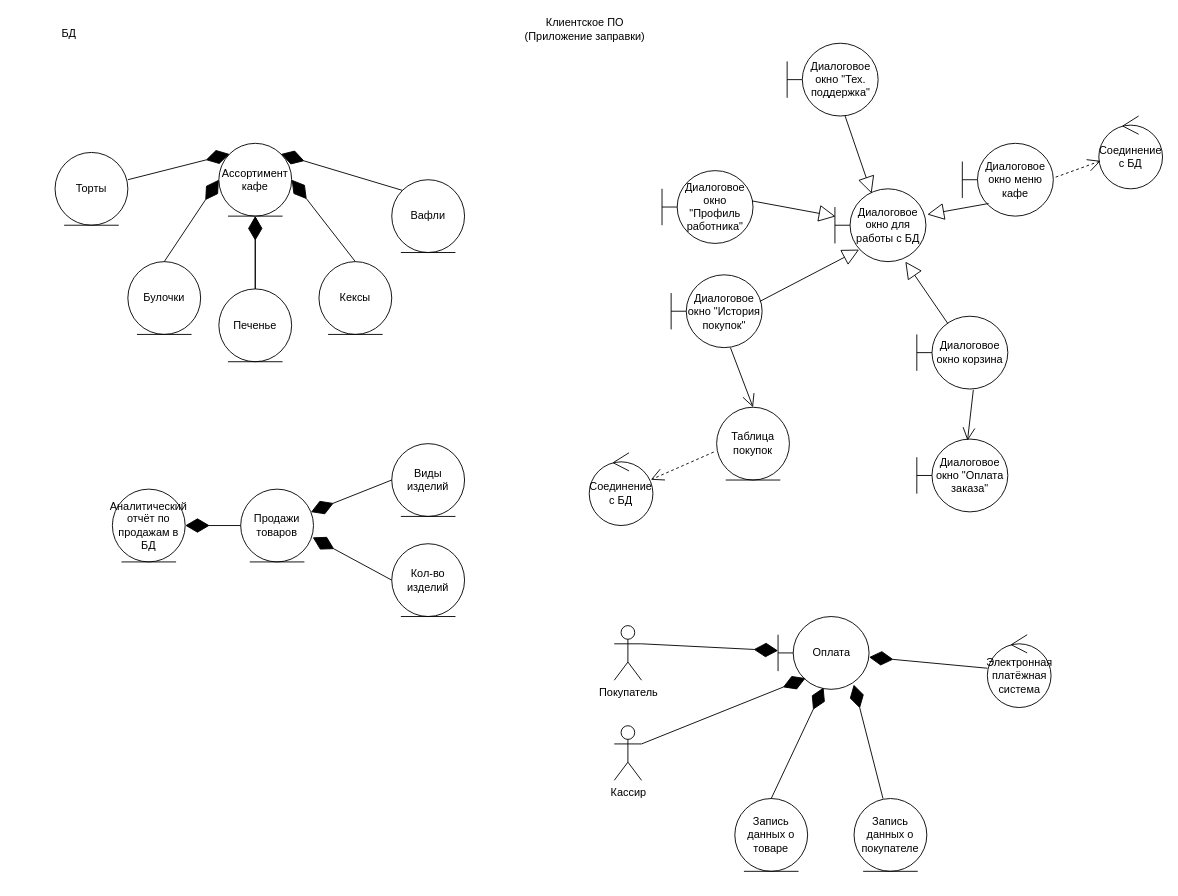
Above: page "Обоснование 4" (2 of 9) of Обоснование.drawio in Rattokun/ModelRep (draw.io), before the change. Source tidied: cells renumbered, new cells numbered last; positions are measured from the earlier drawing's top-left corner, leaving out a move shared by most shapes. Both pictures are drawn from the tidied source at 91%, with x=0, y=0 at pixel (55, 15).
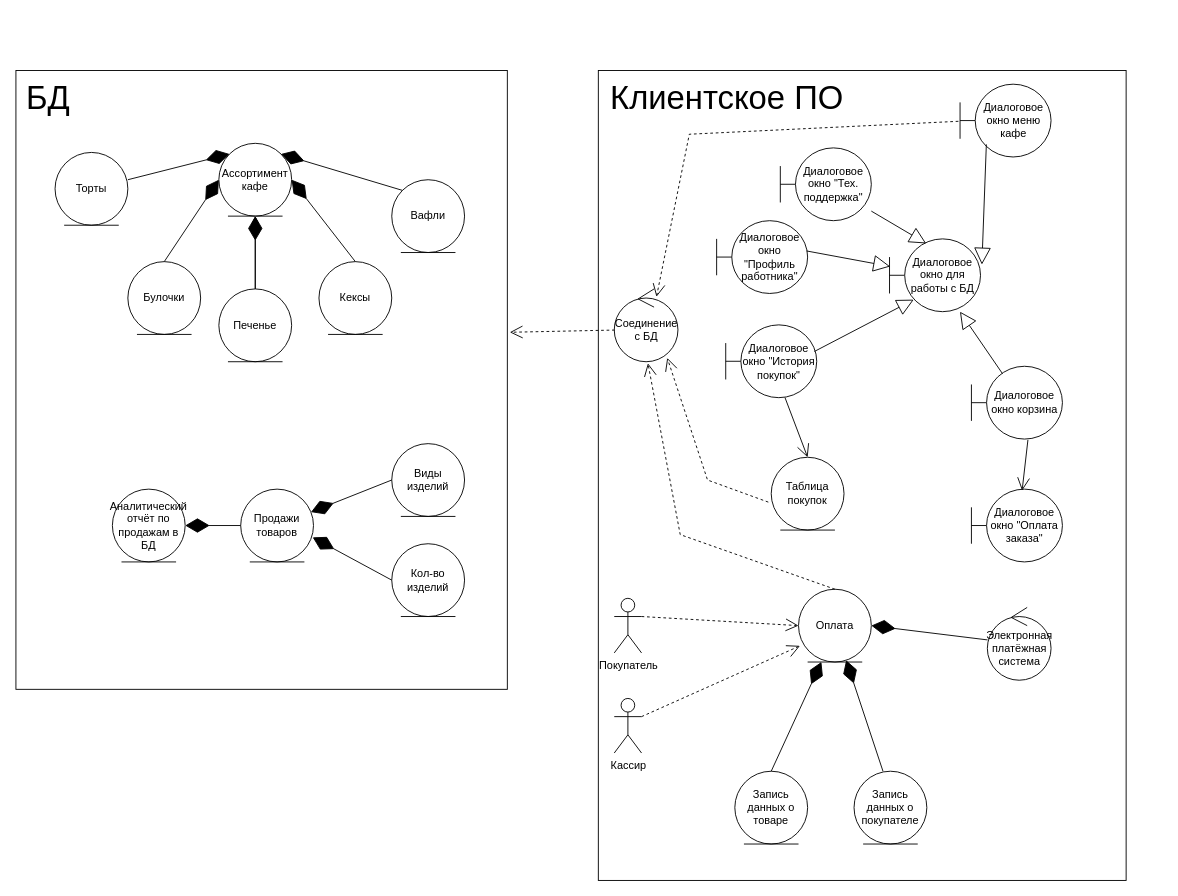
Above is the later version.

Diff of the diagram source:
```diff
@@
+    <mxCell id="53" style="rounded=0;whiteSpace=wrap;html=1;" parent="1" vertex="1">
+      <mxGeometry x="597" y="60" width="580" height="890" as="geometry" />
+    </mxCell>
+    <mxCell id="54" style="rounded=0;whiteSpace=wrap;html=1;" parent="1" vertex="1">
+      <mxGeometry x="-43" y="60" width="540" height="680" as="geometry" />
+    </mxCell>
@@
     <mxCell id="17" value="Диалоговое окно для работы с БД" style="shape=umlBoundary;whiteSpace=wrap;html=1;" parent="1" vertex="1">
-      <mxGeometry x="857" y="190" width="100" height="80" as="geometry" />
+      <mxGeometry x="917" y="245" width="100" height="80" as="geometry" />
     </mxCell>
-    <mxCell id="18" value="БД" style="text;html=1;align=center;verticalAlign=middle;strokeColor=none;fillColor=none;" parent="1" vertex="1">
-      <mxGeometry y="10" width="30" height="20" as="geometry" />
+    <mxCell id="18" value="&lt;font style=&quot;font-size: 36px;&quot;&gt;БД&lt;/font&gt;" style="text;html=1;align=center;verticalAlign=middle;strokeColor=none;fillColor=none;" parent="1" vertex="1">
+      <mxGeometry x="-43" y="60" width="70" height="60" as="geometry" />
     </mxCell>
@@
-    <mxCell id="23" value="Клиентское ПО&lt;br&gt;(Приложение заправки)" style="text;html=1;align=center;verticalAlign=middle;strokeColor=none;fillColor=none;" parent="1" vertex="1">
-      <mxGeometry x="507" width="150" height="30" as="geometry" />
+    <mxCell id="23" value="&lt;font style=&quot;font-size: 36px;&quot;&gt;Клиентское ПО&lt;/font&gt;" style="text;html=1;align=center;verticalAlign=middle;strokeColor=none;fillColor=none;" parent="1" vertex="1">
+      <mxGeometry x="598" y="60" width="280" height="60" as="geometry" />
     </mxCell>
     <mxCell id="24" value="Диалоговое окно &quot;Профиль работника&quot;" style="shape=umlBoundary;whiteSpace=wrap;html=1;" parent="1" vertex="1">
-      <mxGeometry x="667" y="170" width="100" height="80" as="geometry" />
+      <mxGeometry x="727" y="225" width="100" height="80" as="geometry" />
     </mxCell>
     <mxCell id="25" value="Диалоговое окно &quot;Тех. поддержка&quot;" style="shape=umlBoundary;whiteSpace=wrap;html=1;" parent="1" vertex="1">
-      <mxGeometry x="804.5" y="30" width="100" height="80" as="geometry" />
+      <mxGeometry x="797" y="145" width="100" height="80" as="geometry" />
     </mxCell>
     <mxCell id="26" value="Диалоговое окно &quot;Оплата заказа&quot;" style="shape=umlBoundary;whiteSpace=wrap;html=1;" parent="1" vertex="1">
-      <mxGeometry x="947" y="465" width="100" height="80" as="geometry" />
+      <mxGeometry x="1007" y="520" width="100" height="80" as="geometry" />
     </mxCell>
@@
-    <mxCell id="29" value="Оплата" style="shape=umlBoundary;whiteSpace=wrap;html=1;" parent="1" vertex="1">
-      <mxGeometry x="794.5" y="660" width="100" height="80" as="geometry" />
-    </mxCell>
     <mxCell id="30" value="Покупатель" style="shape=umlActor;verticalLabelPosition=bottom;verticalAlign=top;html=1;" parent="1" vertex="1">
-      <mxGeometry x="614.5" y="670" width="30" height="60" as="geometry" />
+      <mxGeometry x="614.5" y="640" width="30" height="60" as="geometry" />
     </mxCell>
     <mxCell id="31" value="Диалоговое окно &quot;История покупок&quot;" style="shape=umlBoundary;whiteSpace=wrap;html=1;" parent="1" vertex="1">
-      <mxGeometry x="677" y="284.5" width="100" height="80" as="geometry" />
+      <mxGeometry x="737" y="339.5" width="100" height="80" as="geometry" />
     </mxCell>
@@
     <mxCell id="33" value="Запись данных о товаре" style="ellipse;shape=umlEntity;whiteSpace=wrap;html=1;" parent="1" vertex="1">
-      <mxGeometry x="747" y="860" width="80" height="80" as="geometry" />
+      <mxGeometry x="747" y="830" width="80" height="80" as="geometry" />
     </mxCell>
     <mxCell id="34" value="Запись данных о покупателе" style="ellipse;shape=umlEntity;whiteSpace=wrap;html=1;" parent="1" vertex="1">
-      <mxGeometry x="878" y="860" width="80" height="80" as="geometry" />
+      <mxGeometry x="878" y="830" width="80" height="80" as="geometry" />
     </mxCell>
     <mxCell id="35" value="Соединение с БД" style="ellipse;shape=umlControl;whiteSpace=wrap;html=1;" parent="1" vertex="1">
-      <mxGeometry x="587" y="480" width="70" height="80" as="geometry" />
+      <mxGeometry x="614.5" y="300" width="70" height="80" as="geometry" />
     </mxCell>
     <mxCell id="36" value="Таблица покупок" style="ellipse;shape=umlEntity;whiteSpace=wrap;html=1;" parent="1" vertex="1">
-      <mxGeometry x="727" y="430" width="80" height="80" as="geometry" />
+      <mxGeometry x="787" y="485" width="80" height="80" as="geometry" />
     </mxCell>
     <mxCell id="37" value="Кассир" style="shape=umlActor;verticalLabelPosition=bottom;verticalAlign=top;html=1;" parent="1" vertex="1">
-      <mxGeometry x="614.5" y="780" width="30" height="60" as="geometry" />
+      <mxGeometry x="614.5" y="750" width="30" height="60" as="geometry" />
     </mxCell>
-    <mxCell id="38" style="endArrow=diamondThin;endFill=1;endSize=24;html=1;rounded=0;exitX=1;exitY=0.3333333333333333;exitDx=0;exitDy=0;exitPerimeter=0;" parent="1" edge="1" source="30" target="29">
-      <mxGeometry relative="1" as="geometry" />
-    </mxCell>
-    <mxCell id="39" style="endArrow=diamondThin;endFill=1;endSize=24;html=1;rounded=0;exitX=1;exitY=0.3333333333333333;exitDx=0;exitDy=0;exitPerimeter=0;entryX=0.303;entryY=0.846;entryDx=0;entryDy=0;entryPerimeter=0;" parent="1" edge="1" source="37" target="29">
-      <mxGeometry relative="1" as="geometry" />
-    </mxCell>
-    <mxCell id="40" style="endArrow=diamondThin;endFill=1;endSize=24;html=1;rounded=0;exitX=0.5;exitY=0;exitDx=0;exitDy=0;" parent="1" edge="1" source="33">
-      <mxGeometry relative="1" as="geometry">
-        <mxPoint x="844.5" y="738" as="targetPoint" />
-      </mxGeometry>
+    <mxCell id="40" style="endArrow=diamondThin;endFill=1;endSize=24;html=1;rounded=0;exitX=0.5;exitY=0;exitDx=0;exitDy=0;entryX=0.314;entryY=0.999;entryDx=0;entryDy=0;entryPerimeter=0;" parent="1" edge="1" source="33" target="29">
+      <mxGeometry relative="1" as="geometry" />
     </mxCell>
-    <mxCell id="41" style="endArrow=diamondThin;endFill=1;endSize=24;html=1;rounded=0;exitX=0.398;exitY=0.001;exitDx=0;exitDy=0;entryX=0.832;entryY=0.935;entryDx=0;entryDy=0;entryPerimeter=0;exitPerimeter=0;" parent="1" edge="1" source="34" target="29">
+    <mxCell id="41" style="endArrow=diamondThin;endFill=1;endSize=24;html=1;rounded=0;exitX=0.398;exitY=0.001;exitDx=0;exitDy=0;exitPerimeter=0;" parent="1" edge="1" source="34" target="29">
       <mxGeometry relative="1" as="geometry" />
     </mxCell>
@@
     <mxCell id="43" value="Электронная платёжная система" style="ellipse;shape=umlControl;whiteSpace=wrap;html=1;" parent="1" vertex="1">
-      <mxGeometry x="1024.5" y="680" width="70" height="80" as="geometry" />
+      <mxGeometry x="1024.5" y="650" width="70" height="80" as="geometry" />
     </mxCell>
-    <mxCell id="44" style="endArrow=diamondThin;endFill=1;endSize=24;html=1;rounded=0;" parent="1" edge="1" source="43" target="29">
+    <mxCell id="44" style="endArrow=diamondThin;endFill=1;endSize=24;html=1;rounded=0;entryX=1;entryY=0.5;entryDx=0;entryDy=0;" parent="1" edge="1" source="43" target="29">
       <mxGeometry relative="1" as="geometry" />
     </mxCell>
-    <mxCell id="45" style="endArrow=open;endSize=12;dashed=1;html=1;rounded=0;exitX=-0.04;exitY=0.616;exitDx=0;exitDy=0;entryX=0.967;entryY=0.371;entryDx=0;entryDy=0;entryPerimeter=0;exitPerimeter=0;" parent="1" edge="1" source="36" target="35">
-      <mxGeometry x="0.25" y="-10" relative="1" as="geometry" />
+    <mxCell id="45" style="endArrow=open;endSize=12;dashed=1;html=1;rounded=0;exitX=-0.04;exitY=0.616;exitDx=0;exitDy=0;exitPerimeter=0;entryX=0.832;entryY=0.947;entryDx=0;entryDy=0;entryPerimeter=0;" parent="1" edge="1" source="36" target="35">
+      <mxGeometry x="0.25" y="-10" relative="1" as="geometry">
+        <Array as="points">
+          <mxPoint x="717" y="510" />
+        </Array>
+      </mxGeometry>
     </mxCell>
     <mxCell id="46" value="Диалоговое окно меню кафе" style="shape=umlBoundary;whiteSpace=wrap;html=1;" parent="1" vertex="1">
-      <mxGeometry x="997" y="140" width="100" height="80" as="geometry" />
+      <mxGeometry x="994.5" y="75" width="100" height="80" as="geometry" />
     </mxCell>
     <mxCell id="47" value="Диалоговое окно корзина" style="shape=umlBoundary;whiteSpace=wrap;html=1;" parent="1" vertex="1">
-      <mxGeometry x="947" y="330" width="100" height="80" as="geometry" />
+      <mxGeometry x="1007" y="385" width="100" height="80" as="geometry" />
     </mxCell>
@@
-    <mxCell id="49" value="Соединение с БД" style="ellipse;shape=umlControl;whiteSpace=wrap;html=1;" parent="1" vertex="1">
-      <mxGeometry x="1147" y="110" width="70" height="80" as="geometry" />
-    </mxCell>
-    <mxCell id="50" style="endArrow=open;endSize=12;dashed=1;html=1;rounded=0;exitX=1.026;exitY=0.465;exitDx=0;exitDy=0;entryX=0.029;entryY=0.616;entryDx=0;entryDy=0;entryPerimeter=0;exitPerimeter=0;" parent="1" edge="1" source="46" target="49">
-      <mxGeometry x="0.25" y="-10" relative="1" as="geometry" />
+    <mxCell id="50" style="endArrow=open;endSize=12;dashed=1;html=1;rounded=0;exitX=-0.018;exitY=0.51;exitDx=0;exitDy=0;exitPerimeter=0;entryX=0.663;entryY=0.109;entryDx=0;entryDy=0;entryPerimeter=0;" parent="1" edge="1" source="46" target="35">
+      <mxGeometry x="0.25" y="-10" relative="1" as="geometry">
+        <Array as="points">
+          <mxPoint x="697" y="130" />
+        </Array>
+      </mxGeometry>
     </mxCell>
@@
+    <mxCell id="38" style="endArrow=open;endSize=12;dashed=1;html=1;rounded=0;exitX=1;exitY=0.3333333333333333;exitDx=0;exitDy=0;exitPerimeter=0;entryX=0;entryY=0.5;entryDx=0;entryDy=0;" parent="1" edge="1" source="30" target="29">
+      <mxGeometry x="0.25" y="-10" relative="1" as="geometry" />
+    </mxCell>
+    <mxCell id="29" value="Оплата" style="ellipse;shape=umlEntity;whiteSpace=wrap;html=1;" parent="1" vertex="1">
+      <mxGeometry x="817" y="630" width="80" height="80" as="geometry" />
+    </mxCell>
+    <mxCell id="39" style="endArrow=open;endSize=12;dashed=1;html=1;rounded=0;exitX=1;exitY=0.3333333333333333;exitDx=0;exitDy=0;exitPerimeter=0;entryX=0.02;entryY=0.778;entryDx=0;entryDy=0;entryPerimeter=0;" parent="1" edge="1" source="37" target="29">
+      <mxGeometry x="0.25" y="-10" relative="1" as="geometry" />
+    </mxCell>
+    <mxCell id="55" style="endArrow=open;endSize=12;dashed=1;html=1;rounded=0;exitX=0.5;exitY=0;exitDx=0;exitDy=0;entryX=0.529;entryY=1.021;entryDx=0;entryDy=0;entryPerimeter=0;" parent="1" edge="1" source="29" target="35">
+      <mxGeometry x="0.25" y="-10" relative="1" as="geometry">
+        <Array as="points">
+          <mxPoint x="687" y="570" />
+        </Array>
+      </mxGeometry>
+    </mxCell>
+    <mxCell id="56" style="endArrow=open;endSize=12;dashed=1;html=1;rounded=0;exitX=0.008;exitY=0.565;exitDx=0;exitDy=0;exitPerimeter=0;entryX=1.005;entryY=0.423;entryDx=0;entryDy=0;entryPerimeter=0;" parent="1" edge="1" source="35" target="54">
+      <mxGeometry x="0.25" y="-10" relative="1" as="geometry" />
+    </mxCell>
```
